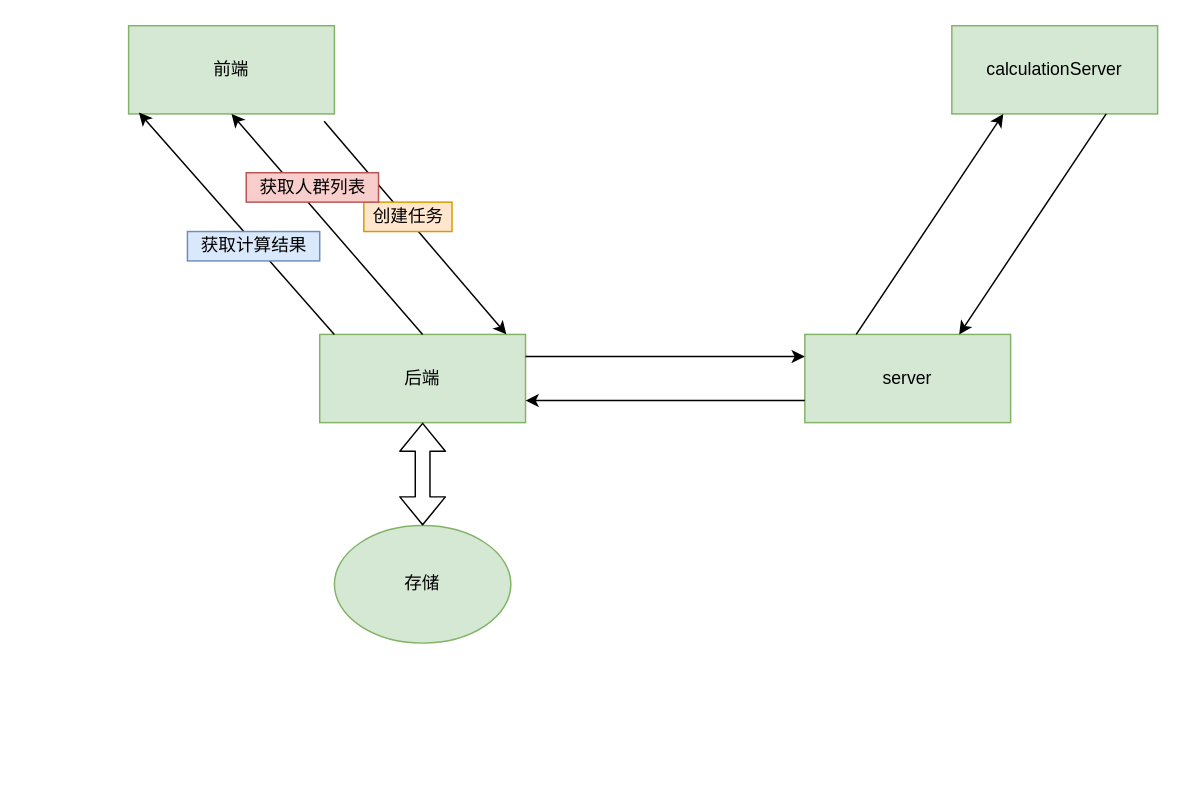
Above: Untitled Diagram.drawio in x1yang/lzx (draw.io), before the change. Source tidied: cells renumbered, new cells numbered last; positions are measured from the earlier drawing's top-left corner, leaving out a move shared by most shapes. Both pictures are drawn from the tidied source at 147%, with x=0, y=0 at pixel (128, 25).
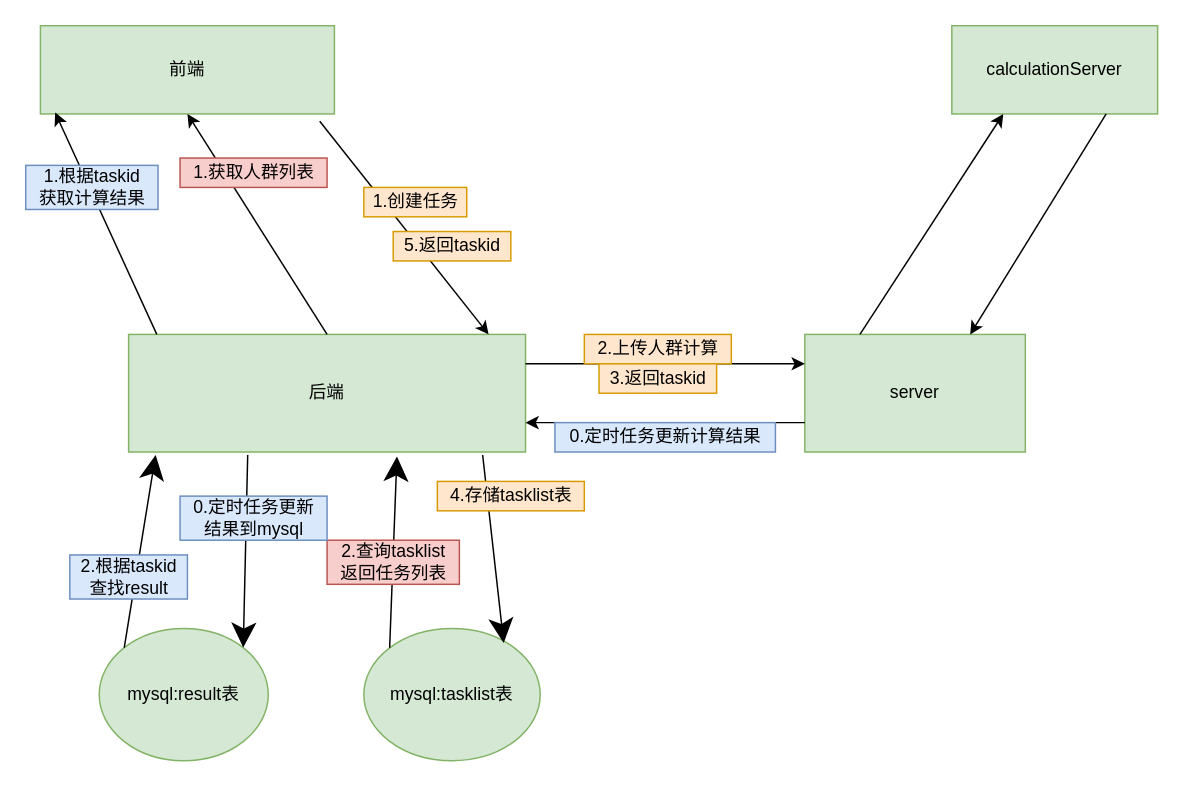
After the change.

Diff of the diagram source:
```diff
@@
     <mxCell id="2" value="后端" style="rounded=0;whiteSpace=wrap;html=1;fillColor=#d5e8d4;strokeColor=#82b366;" parent="1" vertex="1">
-      <mxGeometry x="130" y="210" width="140" height="60" as="geometry" />
+      <mxGeometry y="210" width="270" height="80" as="geometry" />
     </mxCell>
     <mxCell id="3" value="server" style="rounded=0;whiteSpace=wrap;html=1;fillColor=#d5e8d4;strokeColor=#82b366;" parent="1" vertex="1">
-      <mxGeometry x="460" y="210" width="140" height="60" as="geometry" />
+      <mxGeometry x="460" y="210" width="150" height="80" as="geometry" />
     </mxCell>
@@
     <mxCell id="5" value="前端" style="rounded=0;whiteSpace=wrap;html=1;fillColor=#d5e8d4;strokeColor=#82b366;" parent="1" vertex="1">
-      <mxGeometry width="140" height="60" as="geometry" />
+      <mxGeometry x="-60" width="200" height="60" as="geometry" />
     </mxCell>
-    <mxCell id="6" value="存储" style="ellipse;whiteSpace=wrap;html=1;fillColor=#d5e8d4;strokeColor=#82b366;" parent="1" vertex="1">
-      <mxGeometry x="140" y="340" width="120" height="80" as="geometry" />
+    <mxCell id="6" value="mysql:tasklist表" style="ellipse;whiteSpace=wrap;html=1;fillColor=#d5e8d4;strokeColor=#82b366;" parent="1" vertex="1">
+      <mxGeometry x="160" y="410" width="120" height="90" as="geometry" />
     </mxCell>
@@
     <mxCell id="12" style="endArrow=classic;html=1;exitX=0;exitY=0.75;exitDx=0;exitDy=0;entryX=1;entryY=0.75;entryDx=0;entryDy=0;" parent="1" edge="1" source="3" target="2">
-      <mxGeometry relative="1" as="geometry" />
+      <mxGeometry relative="1" as="geometry">
+        <Array as="points">
+          <mxPoint x="410" y="270" />
+        </Array>
+      </mxGeometry>
     </mxCell>
-    <mxCell id="13" style="shape=flexArrow;endArrow=classic;startArrow=classic;html=1;exitX=0.5;exitY=0;exitDx=0;exitDy=0;entryX=0.5;entryY=1;entryDx=0;entryDy=0;" parent="1" edge="1" source="6" target="2">
-      <mxGeometry relative="1" as="geometry" />
-    </mxCell>
-    <mxCell id="14" value="创建任务" style="text;html=1;align=center;verticalAlign=middle;strokeColor=#d79b00;fillColor=#ffe6cc;" parent="1" vertex="1">
-      <mxGeometry x="160" y="120" width="60" height="20" as="geometry" />
+    <mxCell id="14" value="1.创建任务" style="text;html=1;align=center;verticalAlign=middle;strokeColor=#d79b00;fillColor=#ffe6cc;" parent="1" vertex="1">
+      <mxGeometry x="160" y="110" width="70" height="20" as="geometry" />
     </mxCell>
-    <mxCell id="15" style="endArrow=classic;html=1;exitX=0.5;exitY=0;exitDx=0;exitDy=0;" parent="1" edge="1" source="2">
-      <mxGeometry relative="1" as="geometry">
-        <mxPoint x="70" y="60" as="targetPoint" />
-      </mxGeometry>
+    <mxCell id="15" style="endArrow=classic;html=1;exitX=0.5;exitY=0;exitDx=0;exitDy=0;entryX=0.5;entryY=1;entryDx=0;entryDy=0;" parent="1" edge="1" source="2" target="5">
+      <mxGeometry relative="1" as="geometry" />
     </mxCell>
-    <mxCell id="16" value="获取人群列表" style="text;html=1;align=center;verticalAlign=middle;strokeColor=#b85450;fillColor=#f8cecc;" parent="1" vertex="1">
-      <mxGeometry x="80" y="100" width="90" height="20" as="geometry" />
+    <mxCell id="16" value="1.获取人群列表" style="text;html=1;align=center;verticalAlign=middle;strokeColor=#b85450;fillColor=#f8cecc;" parent="1" vertex="1">
+      <mxGeometry x="35" y="90" width="100" height="20" as="geometry" />
     </mxCell>
-    <mxCell id="17" value="获取计算结果" style="text;html=1;align=center;verticalAlign=middle;strokeColor=#6c8ebf;fillColor=#dae8fc;" parent="1" vertex="1">
-      <mxGeometry x="40" y="140" width="90" height="20" as="geometry" />
+    <mxCell id="17" value="1.根据taskid&lt;br&gt;获取计算结果" style="text;html=1;align=center;verticalAlign=middle;strokeColor=#6c8ebf;fillColor=#dae8fc;" parent="1" vertex="1">
+      <mxGeometry x="-70" y="95" width="90" height="30" as="geometry" />
     </mxCell>
+    <mxCell id="18" value="2.上传人群计算" style="text;html=1;align=center;verticalAlign=middle;strokeColor=#d79b00;fillColor=#ffe6cc;" parent="1" vertex="1">
+      <mxGeometry x="310" y="210" width="100" height="20" as="geometry" />
+    </mxCell>
+    <mxCell id="19" value="3.返回taskid" style="text;html=1;align=center;verticalAlign=middle;strokeColor=#d79b00;fillColor=#ffe6cc;" parent="1" vertex="1">
+      <mxGeometry x="320" y="230" width="80" height="20" as="geometry" />
+    </mxCell>
+    <mxCell id="20" style="endArrow=classic;html=1;startSize=14;endSize=14;sourcePerimeterSpacing=8;targetPerimeterSpacing=8;exitX=0.892;exitY=1.025;exitDx=0;exitDy=0;entryX=0.793;entryY=0.11;entryDx=0;entryDy=0;exitPerimeter=0;entryPerimeter=0;" parent="1" edge="1" source="2" target="6">
+      <mxGeometry relative="1" as="geometry" />
+    </mxCell>
+    <mxCell id="21" value="4.存储tasklist表" style="text;html=1;align=center;verticalAlign=middle;strokeColor=#d79b00;fillColor=#ffe6cc;" parent="1" vertex="1">
+      <mxGeometry x="210" y="310" width="100" height="20" as="geometry" />
+    </mxCell>
+    <mxCell id="22" value="5.返回taskid" style="text;html=1;align=center;verticalAlign=middle;strokeColor=#d79b00;fillColor=#ffe6cc;" parent="1" vertex="1">
+      <mxGeometry x="180" y="140" width="80" height="20" as="geometry" />
+    </mxCell>
+    <mxCell id="13" style="endArrow=classic;html=1;startSize=14;endSize=14;sourcePerimeterSpacing=8;targetPerimeterSpacing=8;exitX=0;exitY=0;exitDx=0;exitDy=0;entryX=0.676;entryY=1.038;entryDx=0;entryDy=0;entryPerimeter=0;" parent="1" edge="1" source="6" target="2">
+      <mxGeometry relative="1" as="geometry" />
+    </mxCell>
+    <mxCell id="23" value="2.查询tasklist&lt;br&gt;返回任务列表" style="text;html=1;align=center;verticalAlign=middle;strokeColor=#b85450;fillColor=#f8cecc;" parent="1" vertex="1">
+      <mxGeometry x="135" y="350" width="90" height="30" as="geometry" />
+    </mxCell>
+    <mxCell id="24" value="0.定时任务更新计算结果" style="text;html=1;align=center;verticalAlign=middle;strokeColor=#6c8ebf;fillColor=#dae8fc;" parent="1" vertex="1">
+      <mxGeometry x="290" y="270" width="150" height="20" as="geometry" />
+    </mxCell>
+    <mxCell id="25" value="mysql:result表" style="ellipse;whiteSpace=wrap;html=1;fillColor=#d5e8d4;strokeColor=#82b366;" parent="1" vertex="1">
+      <mxGeometry x="-20" y="410" width="115" height="90" as="geometry" />
+    </mxCell>
+    <mxCell id="26" style="endArrow=classic;html=1;startSize=14;endSize=14;sourcePerimeterSpacing=8;targetPerimeterSpacing=8;exitX=0;exitY=0;exitDx=0;exitDy=0;entryX=0.068;entryY=1.025;entryDx=0;entryDy=0;entryPerimeter=0;" parent="1" edge="1" source="25" target="2">
+      <mxGeometry relative="1" as="geometry" />
+    </mxCell>
+    <mxCell id="27" style="endArrow=classic;html=1;startSize=14;endSize=14;sourcePerimeterSpacing=8;targetPerimeterSpacing=8;exitX=0.3;exitY=1.025;exitDx=0;exitDy=0;exitPerimeter=0;entryX=1;entryY=0;entryDx=0;entryDy=0;" parent="1" edge="1" source="2" target="25">
+      <mxGeometry relative="1" as="geometry" />
+    </mxCell>
+    <mxCell id="28" value="0.定时任务更新&lt;br&gt;结果到mysql" style="text;html=1;align=center;verticalAlign=middle;strokeColor=#6c8ebf;fillColor=#dae8fc;" parent="1" vertex="1">
+      <mxGeometry x="35" y="320" width="100" height="30" as="geometry" />
+    </mxCell>
+    <mxCell id="29" value="2.根据taskid&lt;br&gt;查找result" style="text;html=1;align=center;verticalAlign=middle;strokeColor=#6c8ebf;fillColor=#dae8fc;" parent="1" vertex="1">
+      <mxGeometry x="-40" y="360" width="80" height="30" as="geometry" />
+    </mxCell>
```
